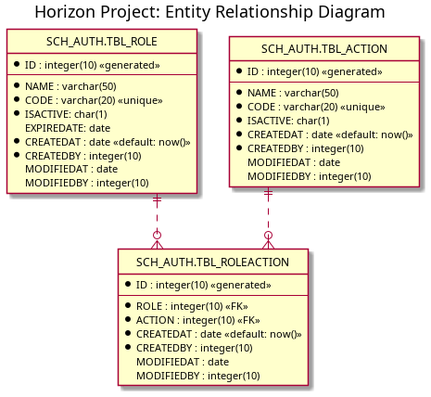
Above: HorizonUml/out/ERD/EntityRelatiohsipDiagram.png in mahyaresteki/Horizon (PlantUML), before the change. Source of this version:
```plantuml
@startuml
hide circle
skinparam classBackgroundColor #Business
skinparam linetype ortho

title Horizon Project: Entity Relationship Diagram

entity "SCH_AUTH.TBL_ROLE" as role {
  *ID : integer(10) <<generated>>
  --
  *NAME : varchar(50)
  *CODE : varchar(20) <<unique>>
  *ISACTIVE: char(1)
  EXPIREDATE: date
  *CREATEDAT : date <<default: now()>>
  *CREATEDBY : integer(10)
  MODIFIEDAT : date
  MODIFIEDBY : integer(10)
}

entity "SCH_AUTH.TBL_ACTION" as action {
  *ID : integer(10) <<generated>>
  --
  *NAME : varchar(50)
  *CODE : varchar(20) <<unique>>
  *ISACTIVE: char(1)
  *CREATEDAT : date <<default: now()>>
  *CREATEDBY : integer(10)
  MODIFIEDAT : date
  MODIFIEDBY : integer(10)
}

entity "SCH_AUTH.TBL_ROLEACTION" as roleAction {
  *ID : integer(10) <<generated>>
  --
  *ROLE : integer(10) <<FK>>
  *ACTION : integer(10) <<FK>>
  *CREATEDAT : date <<default: now()>>
  *CREATEDBY : integer(10)
  MODIFIEDAT : date
  MODIFIEDBY : integer(10)
}

role ||..o{ roleAction
action ||..o{ roleAction

@enduml
```
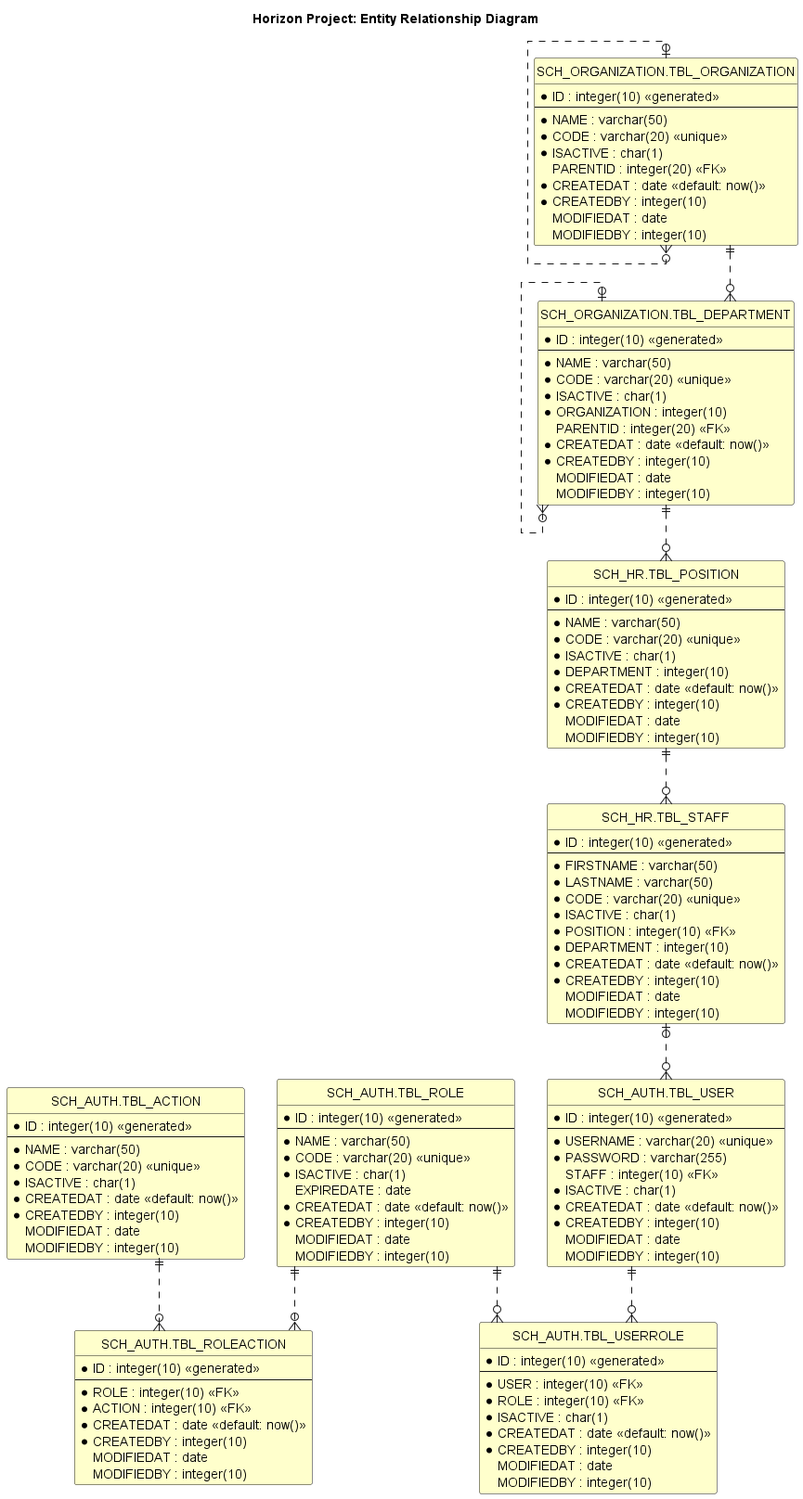
The same file after the commit.

What changed in the source:
```diff
@@ -10,8 +10,8 @@
   --
   *NAME : varchar(50)
   *CODE : varchar(20) <<unique>>
-  *ISACTIVE: char(1)
-  EXPIREDATE: date
+  *ISACTIVE : char(1)
+  EXPIREDATE : date
   *CREATEDAT : date <<default: now()>>
   *CREATEDBY : integer(10)
   MODIFIEDAT : date
@@ -23,7 +23,7 @@
   --
   *NAME : varchar(50)
   *CODE : varchar(20) <<unique>>
-  *ISACTIVE: char(1)
+  *ISACTIVE : char(1)
   *CREATEDAT : date <<default: now()>>
   *CREATEDBY : integer(10)
   MODIFIEDAT : date
@@ -41,7 +41,95 @@
   MODIFIEDBY : integer(10)
 }
 
+entity "SCH_AUTH.TBL_USER" as user {
+  *ID : integer(10) <<generated>>
+  --
+  *USERNAME : varchar(20) <<unique>>
+  *PASSWORD : varchar(255)
+  STAFF : integer(10) <<FK>>
+  *ISACTIVE : char(1)
+  *CREATEDAT : date <<default: now()>>
+  *CREATEDBY : integer(10)
+  MODIFIEDAT : date
+  MODIFIEDBY : integer(10)
+}
+
+entity "SCH_AUTH.TBL_USERROLE" as userRole {
+  *ID : integer(10) <<generated>>
+  --
+  *USER : integer(10) <<FK>>
+  *ROLE : integer(10) <<FK>>
+  *ISACTIVE : char(1)
+  *CREATEDAT : date <<default: now()>>
+  *CREATEDBY : integer(10)
+  MODIFIEDAT : date
+  MODIFIEDBY : integer(10)
+}
+
+entity "SCH_ORGANIZATION.TBL_ORGANIZATION" as organization {
+  *ID : integer(10) <<generated>>
+  --
+  *NAME : varchar(50)
+  *CODE : varchar(20) <<unique>>
+  *ISACTIVE : char(1)
+  PARENTID : integer(20) <<FK>>
+  *CREATEDAT : date <<default: now()>>
+  *CREATEDBY : integer(10)
+  MODIFIEDAT : date
+  MODIFIEDBY : integer(10)
+}
+
+entity "SCH_ORGANIZATION.TBL_DEPARTMENT" as department {
+  *ID : integer(10) <<generated>>
+  --
+  *NAME : varchar(50)
+  *CODE : varchar(20) <<unique>>
+  *ISACTIVE : char(1)
+  *ORGANIZATION : integer(10)
+  PARENTID : integer(20) <<FK>>
+  *CREATEDAT : date <<default: now()>>
+  *CREATEDBY : integer(10)
+  MODIFIEDAT : date
+  MODIFIEDBY : integer(10)
+}
+
+entity "SCH_HR.TBL_POSITION" as position {
+  *ID : integer(10) <<generated>>
+  --
+  *NAME : varchar(50)
+  *CODE : varchar(20) <<unique>>
+  *ISACTIVE : char(1)
+  *DEPARTMENT : integer(10)
+  *CREATEDAT : date <<default: now()>>
+  *CREATEDBY : integer(10)
+  MODIFIEDAT : date
+  MODIFIEDBY : integer(10)
+}
+
+entity "SCH_HR.TBL_STAFF" as staff {
+  *ID : integer(10) <<generated>>
+  --
+  *FIRSTNAME : varchar(50)
+  *LASTNAME : varchar(50)
+  *CODE : varchar(20) <<unique>>
+  *ISACTIVE : char(1)
+  *POSITION : integer(10) <<FK>>
+  *DEPARTMENT : integer(10)
+  *CREATEDAT : date <<default: now()>>
+  *CREATEDBY : integer(10)
+  MODIFIEDAT : date
+  MODIFIEDBY : integer(10)
+}
+
 role ||..o{ roleAction
 action ||..o{ roleAction
+user ||..o{ userRole
+role ||..o{ userRole
+organization |o..o{ organization
+organization ||..o{ department
+department |o..o{ department
+department ||..o{ position
+position ||..o{ staff
+staff |o..o{ user
 
 @enduml
```
